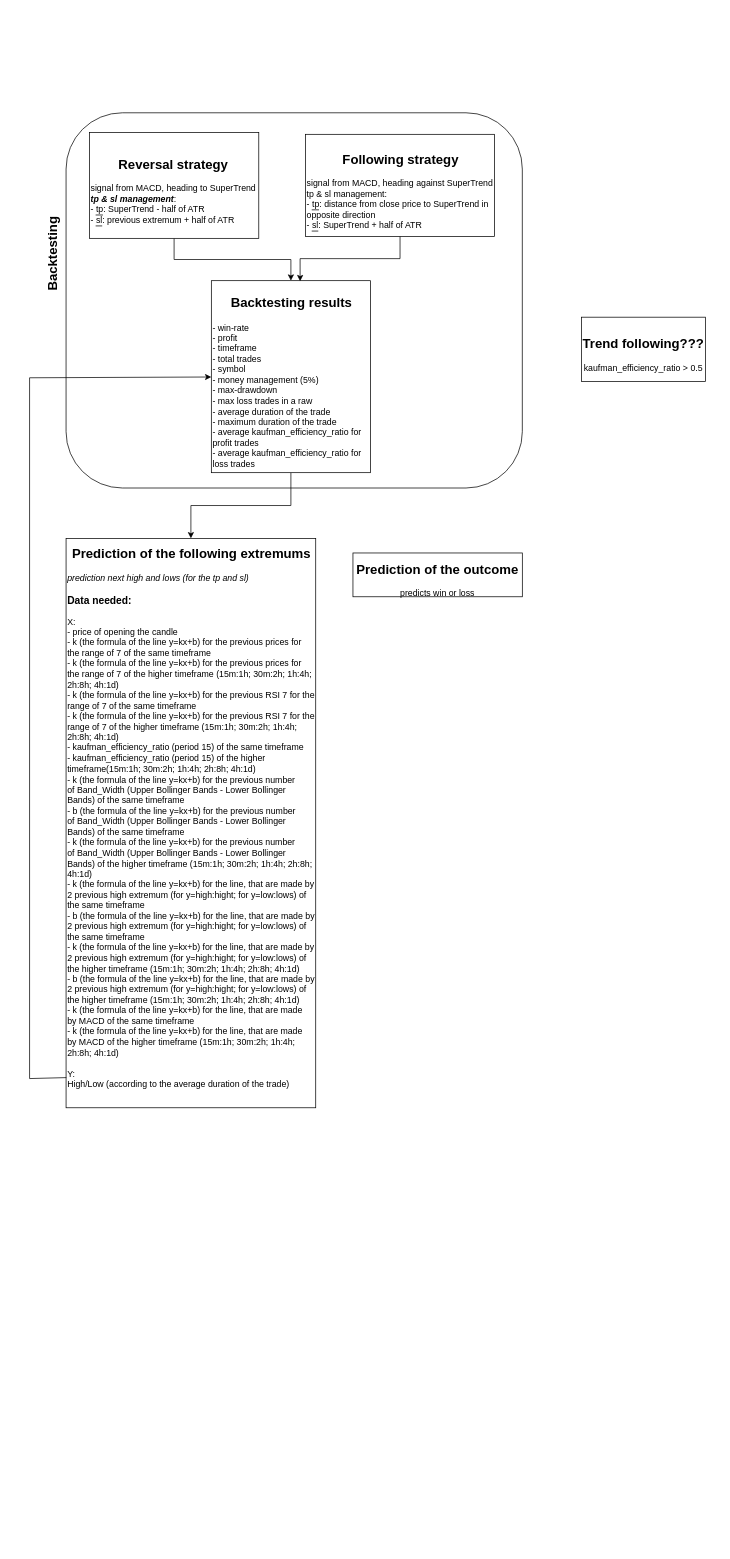
The draw.io diagram Untitled Diagram.drawio in Nazarka99/backtesting-visualisation, before the edit. Source tidied: cells renumbered, new cells numbered last; positions are measured from the earlier drawing's top-left corner, leaving out a move shared by most shapes. Both pictures are drawn from the tidied source at 73%, with x=0, y=0 at pixel (7, 112).
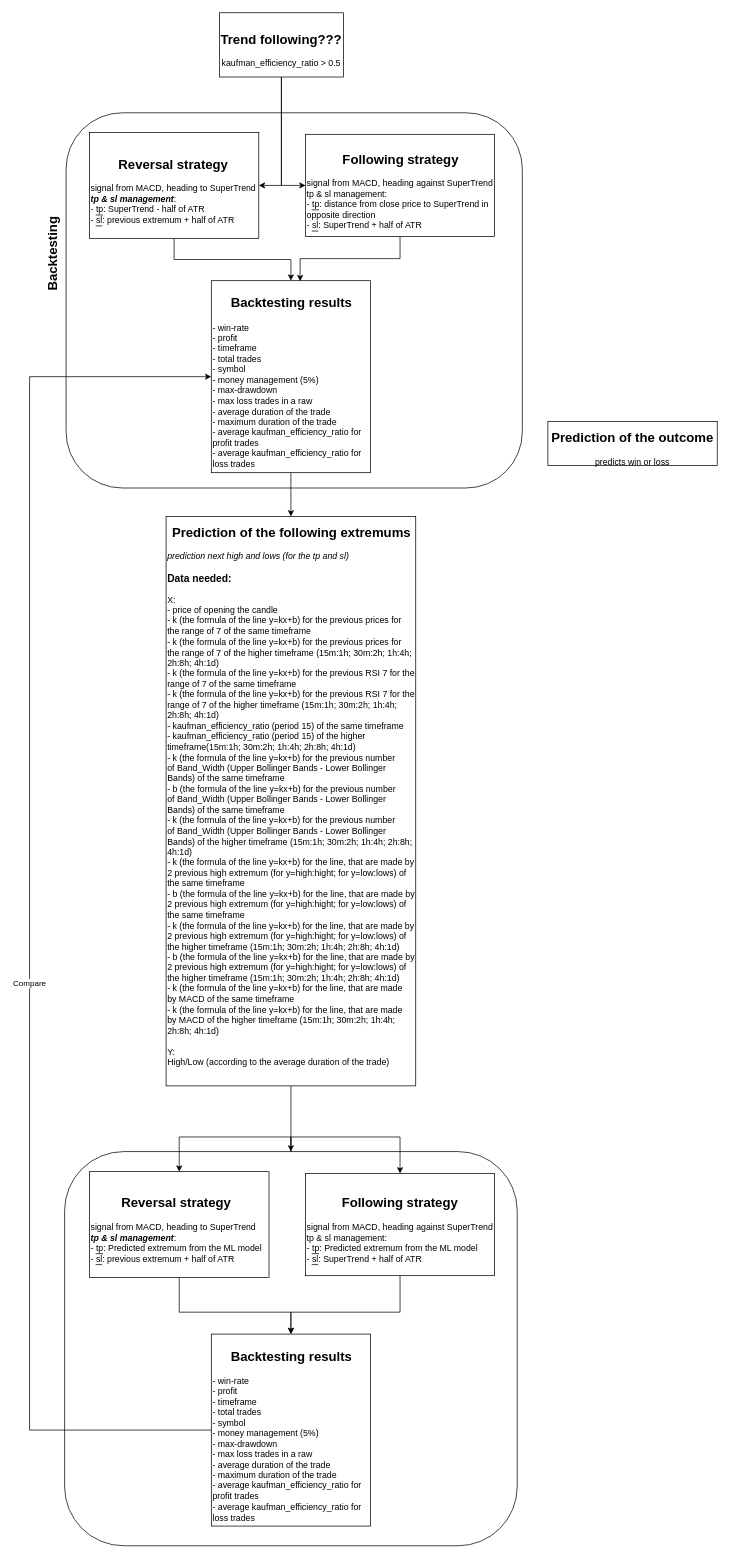
Above is the later version.

Unchanged cells that the change refers to:
```xml
<mxCell id="8" value="&lt;h2 style=&quot;text-align: center;&quot;&gt;&lt;font style=&quot;font-size: 18px;&quot;&gt;Reversal strategy&lt;/font&gt;&lt;/h2&gt;&lt;div&gt;signal from MACD, heading to SuperTrend&lt;br&gt;&lt;span style=&quot;font-style: italic; font-weight: 600;&quot; class=&quot;notion-enable-hover&quot;&gt;tp &amp;amp; sl management&lt;/span&gt;:&lt;br&gt;-&amp;nbsp;&lt;span style=&quot;color: inherit; border-bottom: 0.05em solid; overflow-wrap: break-word;&quot; class=&quot;notion-enable-hover&quot;&gt;tp&lt;/span&gt;: SuperTrend - half of ATR&lt;br&gt;-&amp;nbsp;&lt;span style=&quot;color: inherit; border-bottom: 0.05em solid; overflow-wrap: break-word;&quot; class=&quot;notion-enable-hover&quot;&gt;sl&lt;/span&gt;: previous extremum + half of ATR&amp;nbsp;&lt;/div&gt;" style="rounded=0;whiteSpace=wrap;html=1;align=left;labelBackgroundColor=none;" parent="1" vertex="1">
  <mxGeometry x="112" y="27" width="232" height="145" as="geometry" />
</mxCell>
<mxCell id="9" value="&lt;h2 style=&quot;text-align: center;&quot;&gt;&lt;span style=&quot;background-color: initial;&quot;&gt;&lt;font style=&quot;font-size: 18px;&quot;&gt;Following strategy&lt;/font&gt;&lt;/span&gt;&lt;/h2&gt;&lt;div&gt;&lt;div style=&quot;&quot;&gt;&lt;span style=&quot;background-color: initial;&quot;&gt;signal from MACD, heading against SuperTrend&lt;/span&gt;&lt;/div&gt;&lt;span style=&quot;background-color: initial;&quot;&gt;&lt;div style=&quot;&quot;&gt;&lt;span style=&quot;background-color: initial;&quot;&gt;tp &amp;amp; sl management:&lt;/span&gt;&lt;span style=&quot;background-color: initial;&quot;&gt;&amp;nbsp;&lt;/span&gt;&lt;/div&gt;&lt;div style=&quot;&quot;&gt;-&amp;nbsp;&lt;span style=&quot;color: inherit; border-bottom: 0.05em solid; overflow-wrap: break-word;&quot; class=&quot;notion-enable-hover&quot;&gt;tp&lt;/span&gt;: distance from close price to SuperTrend in opposite direction&lt;br&gt;-&amp;nbsp;&lt;span style=&quot;color: inherit; border-bottom: 0.05em solid; overflow-wrap: break-word;&quot; class=&quot;notion-enable-hover&quot;&gt;sl&lt;/span&gt;: SuperTrend + half of ATR&lt;span style=&quot;background-color: initial;&quot;&gt;&lt;br&gt;&lt;/span&gt;&lt;/div&gt;&lt;/span&gt;&lt;/div&gt;" style="rounded=0;whiteSpace=wrap;html=1;align=left;" parent="1" vertex="1">
  <mxGeometry x="408" y="29.5" width="259" height="140" as="geometry" />
</mxCell>
<mxCell id="11" value="&lt;h2 style=&quot;text-align: center;&quot;&gt;Backtesting results&lt;/h2&gt;&lt;div&gt;- win-rate&lt;/div&gt;&lt;div&gt;- profit&lt;/div&gt;&lt;div&gt;- timeframe&lt;/div&gt;&lt;div&gt;- total trades&lt;/div&gt;&lt;div&gt;- symbol&lt;/div&gt;&lt;div&gt;- money management (5%)&lt;/div&gt;&lt;div&gt;- max-drawdown&lt;/div&gt;&lt;div&gt;- max loss trades in a raw&lt;/div&gt;&lt;div&gt;&lt;div&gt;- average duration of the trade&lt;/div&gt;&lt;div&gt;- maximum duration of the trade&lt;/div&gt;&lt;/div&gt;&lt;div&gt;- average&amp;nbsp;kaufman_efficiency_ratio for profit trades&lt;/div&gt;&lt;div&gt;- average&amp;nbsp;kaufman_efficiency_ratio for loss trades&lt;/div&gt;" style="rounded=0;whiteSpace=wrap;html=1;align=left;" parent="1" vertex="1">
  <mxGeometry x="279" y="230" width="218" height="263" as="geometry" />
</mxCell>
```

Diff of the diagram source:
```diff
@@
+    <mxCell id="14" style="edgeStyle=orthogonalEdgeStyle;rounded=0;jettySize=auto;html=1;entryX=0.5;entryY=0;entryDx=0;entryDy=0;" parent="1" edge="1" source="3" target="19">
+      <mxGeometry relative="1" as="geometry" />
+    </mxCell>
     <mxCell id="3" value="&lt;h2 style=&quot;text-align: center;&quot;&gt;Prediction of the following extremums&lt;/h2&gt;&lt;div&gt;&lt;i&gt;prediction next high and lows (for the tp and sl)&lt;/i&gt;&lt;/div&gt;&lt;h3&gt;Data needed:&lt;/h3&gt;&lt;div&gt;X:&lt;/div&gt;&lt;div&gt;- price of opening the candle&lt;/div&gt;&lt;div&gt;- k (the formula of the line y=kx+b) for the previous prices for the range of 7 of the same timeframe&lt;/div&gt;&lt;div&gt;-&lt;span style=&quot;background-color: initial;&quot;&gt;&amp;nbsp;k (the formula of the line y=kx+b) for the previous prices for the range of 7 of the higher timeframe (15m:1h; 30m:2h; 1h:4h; 2h:8h; 4h:1d)&lt;/span&gt;&lt;/div&gt;&lt;div&gt;&lt;span style=&quot;background-color: initial;&quot;&gt;-&amp;nbsp;&lt;/span&gt;&lt;span style=&quot;background-color: initial;&quot;&gt;k (the formula of the line y=kx+b) for the previous RSI 7 for the range of 7 of the same timeframe&lt;/span&gt;&lt;/div&gt;&lt;div&gt;&lt;span style=&quot;background-color: initial;&quot;&gt;-&amp;nbsp;&lt;/span&gt;&lt;span style=&quot;background-color: initial;&quot;&gt;k (the formula of the line y=kx+b) for the previous RSI 7 for the range of 7 of the higher timeframe&amp;nbsp;&lt;/span&gt;&lt;span style=&quot;background-color: initial;&quot;&gt;(15m:1h; 30m:2h; 1h:4h; 2h:8h; 4h:1d)&lt;/span&gt;&lt;span style=&quot;background-color: initial;&quot;&gt;&lt;br&gt;&lt;/span&gt;&lt;/div&gt;&lt;div&gt;&lt;span style=&quot;background-color: initial;&quot;&gt;-&amp;nbsp;&lt;/span&gt;&lt;span style=&quot;background-color: initial;&quot;&gt;kaufman_efficiency_ratio (period 15) of the same timeframe&lt;/span&gt;&lt;/div&gt;&lt;div&gt;&lt;span style=&quot;background-color: initial;&quot;&gt;- kaufman_efficiency_ratio (period 15) of the higher timeframe&lt;/span&gt;&lt;span style=&quot;background-color: initial;&quot;&gt;(15m:1h; 30m:2h; 1h:4h; 2h:8h; 4h:1d)&lt;/span&gt;&lt;span style=&quot;background-color: initial;&quot;&gt;&lt;br&gt;&lt;/span&gt;&lt;/div&gt;&lt;div&gt;&lt;span style=&quot;background-color: initial;&quot;&gt;-&amp;nbsp;&lt;/span&gt;&lt;span style=&quot;background-color: initial;&quot;&gt;k (the formula of the line y=kx+b) for the&amp;nbsp;&lt;/span&gt;&lt;span style=&quot;background-color: initial;&quot;&gt;previous number of&amp;nbsp;&lt;/span&gt;&lt;span style=&quot;background-color: initial;&quot;&gt;Band_Width (Upper Bollinger Bands - Lower Bollinger Bands) of the same timeframe&lt;/span&gt;&lt;/div&gt;&lt;div&gt;&lt;span style=&quot;background-color: initial;&quot;&gt;-&amp;nbsp;&lt;/span&gt;&lt;span style=&quot;background-color: initial;&quot;&gt;b (the formula of the line y=kx+b) for the&amp;nbsp;&lt;/span&gt;&lt;span style=&quot;background-color: initial;&quot;&gt;previous number of&amp;nbsp;&lt;/span&gt;&lt;span style=&quot;background-color: initial;&quot;&gt;Band_Width (Upper Bollinger Bands - Lower Bollinger Bands) of the same timeframe&lt;/span&gt;&lt;span style=&quot;background-color: initial;&quot;&gt;&lt;br&gt;&lt;/span&gt;&lt;/div&gt;&lt;div&gt;&lt;span style=&quot;background-color: initial;&quot;&gt;-&amp;nbsp;&lt;/span&gt;&lt;span style=&quot;background-color: initial;&quot;&gt;k (the formula of the line y=kx+b) for the&amp;nbsp;&lt;/span&gt;&lt;span style=&quot;background-color: initial;&quot;&gt;previous number of&amp;nbsp;&lt;/span&gt;&lt;span style=&quot;background-color: initial;&quot;&gt;Band_Width (Upper Bollinger Bands - Lower Bollinger Bands) of the higher timeframe&amp;nbsp;&lt;/span&gt;&lt;span style=&quot;background-color: initial;&quot;&gt;(15m:1h; 30m:2h; 1h:4h; 2h:8h; 4h:1d)&lt;/span&gt;&lt;span style=&quot;background-color: initial;&quot;&gt;&lt;br&gt;&lt;/span&gt;&lt;/div&gt;&lt;div&gt;&lt;span style=&quot;background-color: initial;&quot;&gt;-&amp;nbsp;&lt;/span&gt;&lt;span style=&quot;background-color: initial;&quot;&gt;k (the formula of the line y=kx+b) for the line, that are made by 2 previous high extremum (for y=high:hight; for y=low:lows) of the same timeframe&lt;/span&gt;&lt;/div&gt;&lt;div&gt;&lt;span style=&quot;background-color: initial;&quot;&gt;- b&lt;/span&gt;&lt;span style=&quot;background-color: initial;&quot;&gt;&amp;nbsp;(the formula of the line y=kx+b) for the line, that are made by 2 previous high extremum (for y=high:hight; for y=low:lows) of the same timeframe&lt;/span&gt;&lt;span style=&quot;background-color: initial;&quot;&gt;&lt;br&gt;&lt;/span&gt;&lt;/div&gt;&lt;div&gt;&lt;div&gt;&lt;span style=&quot;background-color: initial;&quot;&gt;-&amp;nbsp;&lt;/span&gt;&lt;span style=&quot;background-color: initial;&quot;&gt;k (the formula of the line y=kx+b) for the line, that are made by 2 previous high extremum (for y=high:hight; for y=low:lows) of the higher timeframe&amp;nbsp;&lt;/span&gt;&lt;span style=&quot;background-color: initial;&quot;&gt;(15m:1h; 30m:2h; 1h:4h; 2h:8h; 4h:1d)&lt;/span&gt;&lt;/div&gt;&lt;div&gt;&lt;span style=&quot;background-color: initial;&quot;&gt;- b&lt;/span&gt;&lt;span style=&quot;background-color: initial;&quot;&gt;&amp;nbsp;(the formula of the line y=kx+b) for the line, that are made by 2 previous high extremum (for y=high:hight; for y=low:lows) of the higher timeframe&amp;nbsp;&lt;/span&gt;&lt;span style=&quot;background-color: initial;&quot;&gt;(15m:1h; 30m:2h; 1h:4h; 2h:8h; 4h:1d)&lt;/span&gt;&lt;/div&gt;&lt;/div&gt;&lt;div&gt;&lt;span style=&quot;background-color: initial;&quot;&gt;-&amp;nbsp;&lt;/span&gt;&lt;span style=&quot;background-color: initial;&quot;&gt;k (the formula of the line y=kx+b) for the line, that are made by&amp;nbsp;&lt;/span&gt;&lt;span style=&quot;background-color: initial;&quot;&gt;MACD of the same timeframe&lt;/span&gt;&lt;/div&gt;&lt;div&gt;&lt;span style=&quot;background-color: initial;&quot;&gt;-&amp;nbsp;&lt;/span&gt;&lt;span style=&quot;background-color: initial;&quot;&gt;k (the formula of the line y=kx+b) for the line, that are made by&amp;nbsp;&lt;/span&gt;&lt;span style=&quot;background-color: initial;&quot;&gt;MACD of the higher timeframe&amp;nbsp;&lt;/span&gt;&lt;span style=&quot;background-color: initial;&quot;&gt;(15m:1h; 30m:2h; 1h:4h; 2h:8h; 4h:1d)&lt;/span&gt;&lt;/div&gt;&lt;div&gt;&lt;span style=&quot;background-color: initial;&quot;&gt;&lt;br&gt;&lt;/span&gt;&lt;/div&gt;&lt;div&gt;&lt;span style=&quot;background-color: initial;&quot;&gt;Y:&lt;/span&gt;&lt;/div&gt;&lt;div&gt;&lt;span style=&quot;background-color: initial;&quot;&gt;High/Low (according to the average duration of the trade)&lt;/span&gt;&lt;/div&gt;&lt;div&gt;&lt;span style=&quot;background-color: initial;&quot;&gt;&lt;br&gt;&lt;/span&gt;&lt;/div&gt;&lt;div&gt;&lt;span style=&quot;background-color: initial;&quot;&gt;&lt;br&gt;&lt;/span&gt;&lt;/div&gt;" style="rounded=0;whiteSpace=wrap;html=1;align=left;" parent="1" vertex="1">
-      <mxGeometry x="80" y="583" width="342" height="780" as="geometry" />
+      <mxGeometry x="217" y="553" width="342" height="780" as="geometry" />
     </mxCell>
     <mxCell id="4" value="&lt;h2&gt;Prediction of the outcome&lt;/h2&gt;&lt;div&gt;predicts win or loss&lt;/div&gt;" style="rounded=0;whiteSpace=wrap;html=1;" parent="1" vertex="1">
-      <mxGeometry x="473" y="603" width="232" height="60" as="geometry" />
+      <mxGeometry x="740" y="423" width="232" height="60" as="geometry" />
     </mxCell>
+    <mxCell id="15" style="edgeStyle=orthogonalEdgeStyle;rounded=0;jettySize=auto;html=1;entryX=1;entryY=0.5;entryDx=0;entryDy=0;" parent="1" edge="1" source="5" target="8">
+      <mxGeometry relative="1" as="geometry" />
+    </mxCell>
+    <mxCell id="16" style="edgeStyle=orthogonalEdgeStyle;rounded=0;jettySize=auto;html=1;entryX=0;entryY=0.5;entryDx=0;entryDy=0;" parent="1" edge="1" source="5" target="9">
+      <mxGeometry relative="1" as="geometry" />
+    </mxCell>
     <mxCell id="5" value="&lt;h2&gt;Trend following???&lt;/h2&gt;&lt;div&gt;kaufman_efficiency_ratio &amp;gt; 0.5&lt;br&gt;&lt;/div&gt;" style="rounded=0;whiteSpace=wrap;html=1;" parent="1" vertex="1">
-      <mxGeometry x="786" y="280" width="170" height="88" as="geometry" />
+      <mxGeometry x="290" y="-137" width="170" height="88" as="geometry" />
     </mxCell>
-    <mxCell id="6" style="rounded=1;whiteSpace=wrap;html=1;" parent="1" vertex="1">
+    <mxCell id="6" style="rounded=1;whiteSpace=wrap;html=1;fillColor=none;" parent="1" vertex="1">
       <mxGeometry x="80" width="625" height="514" as="geometry" />
     </mxCell>
@@
-    <mxCell id="13" style="endArrow=classic;html=1;rounded=0;exitX=0.001;exitY=0.947;exitDx=0;exitDy=0;exitPerimeter=0;" parent="1" edge="1" source="3" target="11">
-      <mxGeometry relative="1" as="geometry">
-        <Array as="points">
-          <mxPoint x="30" y="1323" />
-          <mxPoint x="30" y="363" />
-        </Array>
-      </mxGeometry>
-    </mxCell>
+    <mxCell id="17" style="edgeStyle=orthogonalEdgeStyle;rounded=0;jettySize=auto;html=1;exitX=0.5;exitY=0;exitDx=0;exitDy=0;entryX=0.5;entryY=0;entryDx=0;entryDy=0;" parent="1" edge="1" source="19" target="20">
+      <mxGeometry relative="1" as="geometry" />
+    </mxCell>
+    <mxCell id="18" style="edgeStyle=orthogonalEdgeStyle;rounded=0;jettySize=auto;html=1;exitX=0.5;exitY=0;exitDx=0;exitDy=0;entryX=0.5;entryY=0;entryDx=0;entryDy=0;" parent="1" edge="1" source="19" target="22">
+      <mxGeometry relative="1" as="geometry" />
+    </mxCell>
+    <mxCell id="19" style="rounded=1;whiteSpace=wrap;html=1;fillColor=none;" parent="1" vertex="1">
+      <mxGeometry x="78" y="1423" width="620" height="540" as="geometry" />
+    </mxCell>
+    <mxCell id="20" value="&lt;h2 style=&quot;text-align: center;&quot;&gt;&lt;font style=&quot;font-size: 18px;&quot;&gt;Reversal strategy&lt;/font&gt;&lt;/h2&gt;&lt;div&gt;signal from MACD, heading to SuperTrend&lt;br&gt;&lt;span style=&quot;font-style: italic; font-weight: 600;&quot; class=&quot;notion-enable-hover&quot;&gt;tp &amp;amp; sl management&lt;/span&gt;:&lt;br&gt;-&amp;nbsp;&lt;span style=&quot;color: inherit; border-bottom: 0.05em solid; overflow-wrap: break-word;&quot; class=&quot;notion-enable-hover&quot;&gt;tp&lt;/span&gt;: Predicted extremum from the ML model&lt;br&gt;-&amp;nbsp;&lt;span style=&quot;color: inherit; border-bottom: 0.05em solid; overflow-wrap: break-word;&quot; class=&quot;notion-enable-hover&quot;&gt;sl&lt;/span&gt;: previous extremum + half of ATR&amp;nbsp;&lt;/div&gt;" style="rounded=0;whiteSpace=wrap;html=1;align=left;labelBackgroundColor=none;" parent="1" vertex="1">
+      <mxGeometry x="112" y="1450.5" width="246" height="145" as="geometry" />
+    </mxCell>
+    <mxCell id="21" style="edgeStyle=orthogonalEdgeStyle;rounded=0;jettySize=auto;html=1;entryX=0.5;entryY=0;entryDx=0;entryDy=0;" parent="1" edge="1" source="22" target="25">
+      <mxGeometry relative="1" as="geometry">
+        <Array as="points">
+          <mxPoint x="538" y="1643" />
+          <mxPoint x="388" y="1643" />
+        </Array>
+      </mxGeometry>
+    </mxCell>
+    <mxCell id="22" value="&lt;h2 style=&quot;text-align: center;&quot;&gt;&lt;span style=&quot;background-color: initial;&quot;&gt;&lt;font style=&quot;font-size: 18px;&quot;&gt;Following strategy&lt;/font&gt;&lt;/span&gt;&lt;/h2&gt;&lt;div&gt;&lt;div style=&quot;&quot;&gt;&lt;span style=&quot;background-color: initial;&quot;&gt;signal from MACD, heading against SuperTrend&lt;/span&gt;&lt;/div&gt;&lt;span style=&quot;background-color: initial;&quot;&gt;&lt;div style=&quot;&quot;&gt;&lt;span style=&quot;background-color: initial;&quot;&gt;tp &amp;amp; sl management:&lt;/span&gt;&lt;span style=&quot;background-color: initial;&quot;&gt;&amp;nbsp;&lt;/span&gt;&lt;/div&gt;&lt;div style=&quot;&quot;&gt;-&amp;nbsp;&lt;span style=&quot;color: inherit; border-bottom: 0.05em solid; overflow-wrap: break-word;&quot; class=&quot;notion-enable-hover&quot;&gt;tp&lt;/span&gt;: Predicted extremum from the ML model&lt;br&gt;-&amp;nbsp;&lt;span style=&quot;color: inherit; border-bottom: 0.05em solid; overflow-wrap: break-word;&quot; class=&quot;notion-enable-hover&quot;&gt;sl&lt;/span&gt;: SuperTrend + half of ATR&lt;span style=&quot;background-color: initial;&quot;&gt;&lt;br&gt;&lt;/span&gt;&lt;/div&gt;&lt;/span&gt;&lt;/div&gt;" style="rounded=0;whiteSpace=wrap;html=1;align=left;" parent="1" vertex="1">
+      <mxGeometry x="408" y="1453" width="259" height="140" as="geometry" />
+    </mxCell>
+    <mxCell id="23" style="edgeStyle=orthogonalEdgeStyle;rounded=0;jettySize=auto;html=1;exitX=0;exitY=0.5;exitDx=0;exitDy=0;entryX=0;entryY=0.5;entryDx=0;entryDy=0;" parent="1" edge="1" source="25" target="11">
+      <mxGeometry relative="1" as="geometry">
+        <Array as="points">
+          <mxPoint x="30" y="1804" />
+          <mxPoint x="30" y="362" />
+        </Array>
+      </mxGeometry>
+    </mxCell>
+    <mxCell id="24" value="Compare" style="edgeLabel;html=1;align=center;verticalAlign=middle;" parent="23" vertex="1">
+      <mxGeometry x="-0.3" y="1" relative="1" as="geometry">
+        <mxPoint y="-182" as="offset" />
+      </mxGeometry>
+    </mxCell>
+    <mxCell id="25" value="&lt;h2 style=&quot;text-align: center;&quot;&gt;Backtesting results&lt;/h2&gt;&lt;div&gt;- win-rate&lt;/div&gt;&lt;div&gt;- profit&lt;/div&gt;&lt;div&gt;- timeframe&lt;/div&gt;&lt;div&gt;- total trades&lt;/div&gt;&lt;div&gt;- symbol&lt;/div&gt;&lt;div&gt;- money management (5%)&lt;/div&gt;&lt;div&gt;- max-drawdown&lt;/div&gt;&lt;div&gt;- max loss trades in a raw&lt;/div&gt;&lt;div&gt;&lt;div&gt;- average duration of the trade&lt;/div&gt;&lt;div&gt;- maximum duration of the trade&lt;/div&gt;&lt;/div&gt;&lt;div&gt;- average&amp;nbsp;kaufman_efficiency_ratio for profit trades&lt;/div&gt;&lt;div&gt;- average&amp;nbsp;kaufman_efficiency_ratio for loss trades&lt;/div&gt;" style="rounded=0;whiteSpace=wrap;html=1;align=left;" parent="1" vertex="1">
+      <mxGeometry x="279" y="1673" width="218" height="263" as="geometry" />
+    </mxCell>
+    <mxCell id="26" style="edgeStyle=orthogonalEdgeStyle;rounded=0;jettySize=auto;html=1;entryX=0.5;entryY=0;entryDx=0;entryDy=0;" parent="1" edge="1" source="20" target="25">
+      <mxGeometry relative="1" as="geometry">
+        <Array as="points">
+          <mxPoint x="235" y="1643" />
+          <mxPoint x="388" y="1643" />
+        </Array>
+      </mxGeometry>
+    </mxCell>
```
